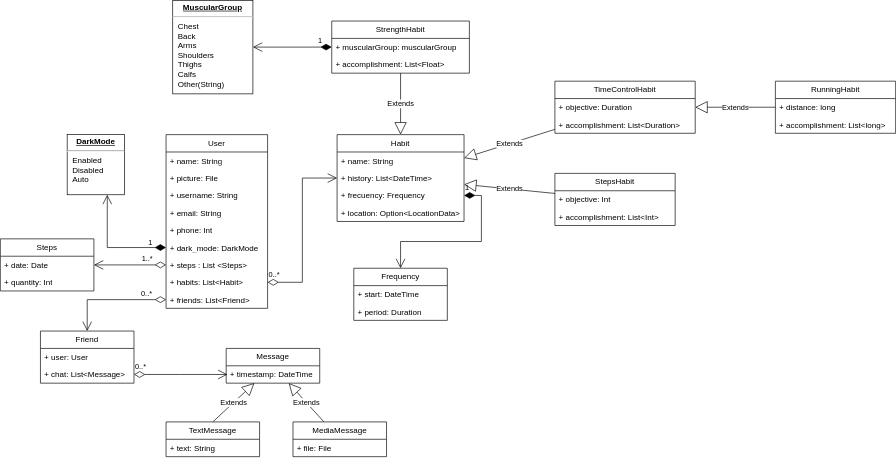
Before: wiki_images/clase.drawio.svg, a diagram exported from draw.io (ICM2330/LifeCoach). Source tidied: cells renumbered, new cells last; positions are measured from the earlier drawing's top-left corner, leaving out a move shared by most shapes.
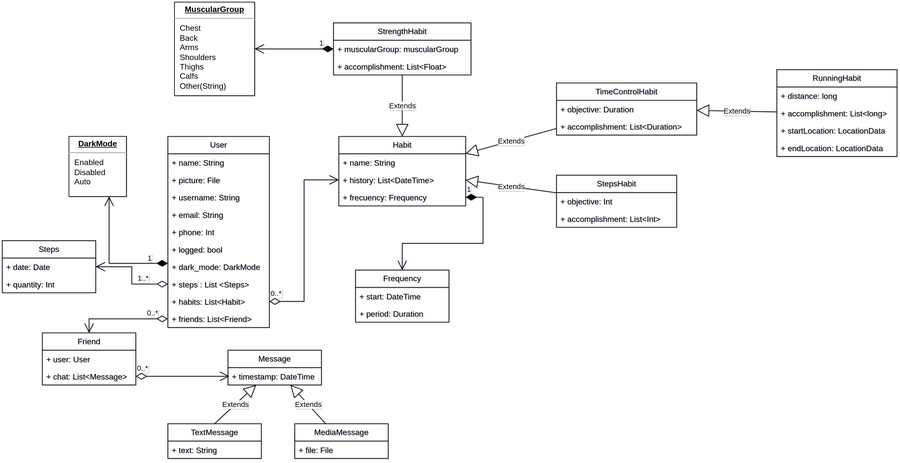
Later version of the same file.

Commit message:
Diagrama de clases actualizado 2

What changed in the source:
```diff
@@ -3,7 +3,7 @@
     <mxCell id="0" />
     <mxCell id="1" parent="0" />
     <mxCell id="2" value="User" style="swimlane;fontStyle=0;horizontal=1;startSize=26;fillColor=none;whiteSpace=wrap;html=1;" parent="1" vertex="1">
-      <mxGeometry x="248" y="201" width="152" height="260" as="geometry" />
+      <mxGeometry x="248" y="201" width="152" height="286" as="geometry" />
     </mxCell>
     <mxCell id="3" value="+ name: String" style="text;strokeColor=none;fillColor=none;align=left;verticalAlign=top;spacingLeft=4;spacingRight=4;overflow=hidden;whiteSpace=wrap;html=1;" parent="2" vertex="1">
       <mxGeometry y="26" width="152" height="26" as="geometry" />
@@ -20,20 +20,23 @@
     <mxCell id="7" value="+ phone: Int" style="text;strokeColor=none;fillColor=none;align=left;verticalAlign=top;spacingLeft=4;spacingRight=4;overflow=hidden;whiteSpace=wrap;html=1;" parent="2" vertex="1">
       <mxGeometry y="130" width="152" height="26" as="geometry" />
     </mxCell>
+    <mxCell id="59" value="+ logged: bool" style="text;strokeColor=none;fillColor=none;align=left;verticalAlign=top;spacingLeft=4;spacingRight=4;overflow=hidden;whiteSpace=wrap;html=1;" parent="2" vertex="1">
+      <mxGeometry y="156" width="152" height="26" as="geometry" />
+    </mxCell>
     <mxCell id="8" value="+ dark_mode: DarkMode" style="text;strokeColor=none;fillColor=none;align=left;verticalAlign=top;spacingLeft=4;spacingRight=4;overflow=hidden;points=[[0,0.5],[1,0.5]];portConstraint=eastwest;whiteSpace=wrap;html=1;" parent="2" vertex="1">
-      <mxGeometry y="156" width="152" height="26" as="geometry" />
+      <mxGeometry y="182" width="152" height="26" as="geometry" />
     </mxCell>
     <mxCell id="9" value="+ steps : List &amp;lt;Steps&amp;gt;" style="text;strokeColor=none;fillColor=none;align=left;verticalAlign=top;spacingLeft=4;spacingRight=4;overflow=hidden;points=[[0,0.5],[1,0.5]];portConstraint=eastwest;whiteSpace=wrap;html=1;" parent="2" vertex="1">
-      <mxGeometry y="182" width="152" height="26" as="geometry" />
+      <mxGeometry y="208" width="152" height="26" as="geometry" />
     </mxCell>
     <mxCell id="10" value="+ habits: List&amp;lt;Habit&amp;gt;" style="text;strokeColor=none;fillColor=none;align=left;verticalAlign=top;spacingLeft=4;spacingRight=4;overflow=hidden;points=[[0,0.5],[1,0.5]];portConstraint=eastwest;whiteSpace=wrap;html=1;" parent="2" vertex="1">
-      <mxGeometry y="208" width="152" height="26" as="geometry" />
+      <mxGeometry y="234" width="152" height="26" as="geometry" />
     </mxCell>
     <mxCell id="11" value="+ friends: List&amp;lt;Friend&amp;gt;" style="text;strokeColor=none;fillColor=none;align=left;verticalAlign=top;spacingLeft=4;spacingRight=4;overflow=hidden;points=[[0,0.5],[1,0.5]];portConstraint=eastwest;whiteSpace=wrap;html=1;" parent="2" vertex="1">
-      <mxGeometry y="234" width="152" height="26" as="geometry" />
+      <mxGeometry y="260" width="152" height="26" as="geometry" />
     </mxCell>
     <mxCell id="12" value="Habit" style="swimlane;fontStyle=0;horizontal=1;startSize=26;fillColor=none;whiteSpace=wrap;html=1;" parent="1" vertex="1">
-      <mxGeometry x="504" y="201" width="190" height="130" as="geometry" />
+      <mxGeometry x="504" y="201" width="190" height="104" as="geometry" />
     </mxCell>
     <mxCell id="13" value="+ name: String" style="text;strokeColor=none;fillColor=none;align=left;verticalAlign=top;spacingLeft=4;spacingRight=4;overflow=hidden;whiteSpace=wrap;html=1;" parent="12" vertex="1">
       <mxGeometry y="26" width="190" height="26" as="geometry" />
@@ -44,9 +47,6 @@
     <mxCell id="15" value="+ frecuency: Frequency" style="text;strokeColor=none;fillColor=none;align=left;verticalAlign=top;spacingLeft=4;spacingRight=4;overflow=hidden;points=[[0,0.5],[1,0.5]];portConstraint=eastwest;whiteSpace=wrap;html=1;" parent="12" vertex="1">
       <mxGeometry y="78" width="190" height="26" as="geometry" />
     </mxCell>
-    <mxCell id="16" value="+ location: Option&amp;lt;LocationData&amp;gt;" style="text;strokeColor=none;fillColor=none;align=left;verticalAlign=top;spacingLeft=4;spacingRight=4;overflow=hidden;whiteSpace=wrap;html=1;" parent="12" vertex="1">
-      <mxGeometry y="104" width="190" height="26" as="geometry" />
-    </mxCell>
     <mxCell id="17" value="Frequency" style="swimlane;fontStyle=0;horizontal=1;startSize=26;fillColor=none;whiteSpace=wrap;html=1;" parent="1" vertex="1">
       <mxGeometry x="529" y="401" width="140" height="78" as="geometry" />
     </mxCell>
@@ -118,7 +118,7 @@
     <mxCell id="39" value="1" style="endArrow=open;html=1;endSize=12;startArrow=diamondThin;startSize=14;startFill=1;edgeStyle=orthogonalEdgeStyle;align=left;verticalAlign=bottom;rounded=0;" parent="1" edge="1" source="8" target="34">
       <mxGeometry x="-0.66" y="1" relative="1" as="geometry">
         <Array as="points">
-          <mxPoint x="160" y="370" />
+          <mxPoint x="160" y="391" />
         </Array>
       </mxGeometry>
     </mxCell>
@@ -150,7 +150,7 @@
       <mxGeometry y="52" width="180" height="26" as="geometry" />
     </mxCell>
     <mxCell id="47" value="RunningHabit" style="swimlane;fontStyle=0;horizontal=1;startSize=26;fillColor=none;whiteSpace=wrap;html=1;" parent="1" vertex="1">
-      <mxGeometry x="1160" y="121" width="180" height="78" as="geometry" />
+      <mxGeometry x="1160" y="101" width="180" height="130" as="geometry" />
     </mxCell>
     <mxCell id="48" value="+ distance: long" style="text;strokeColor=none;fillColor=none;align=left;verticalAlign=top;spacingLeft=4;spacingRight=4;overflow=hidden;whiteSpace=wrap;html=1;" parent="47" vertex="1">
       <mxGeometry y="26" width="180" height="26" as="geometry" />
@@ -158,6 +158,12 @@
     <mxCell id="49" value="+ accomplishment: List&amp;lt;long&amp;gt;" style="text;strokeColor=none;fillColor=none;align=left;verticalAlign=top;spacingLeft=4;spacingRight=4;overflow=hidden;whiteSpace=wrap;html=1;" parent="47" vertex="1">
       <mxGeometry y="52" width="180" height="26" as="geometry" />
     </mxCell>
+    <mxCell id="60" value="+ startLocation: LocationData" style="text;strokeColor=none;fillColor=none;align=left;verticalAlign=top;spacingLeft=4;spacingRight=4;overflow=hidden;whiteSpace=wrap;html=1;" parent="47" vertex="1">
+      <mxGeometry y="78" width="180" height="26" as="geometry" />
+    </mxCell>
+    <mxCell id="61" value="+ endLocation: LocationData" style="text;strokeColor=none;fillColor=none;align=left;verticalAlign=top;spacingLeft=4;spacingRight=4;overflow=hidden;whiteSpace=wrap;html=1;" parent="47" vertex="1">
+      <mxGeometry y="104" width="180" height="26" as="geometry" />
+    </mxCell>
     <mxCell id="50" value="Extends" style="endArrow=block;endSize=16;endFill=0;html=1;rounded=0;" parent="1" edge="1" source="47" target="41">
       <mxGeometry relative="1" as="geometry" />
     </mxCell>
```
